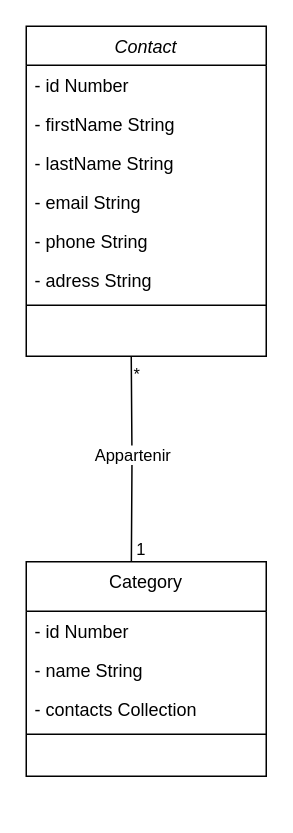
This is Diagrammes/Diagramme UML.drawio from xAm64/Contacts, a draw.io file, before an edit. Source tidied: cells renumbered, new cells numbered last; positions are measured from the earlier drawing's top-left corner, leaving out a move shared by most shapes. Both pictures are drawn from the tidied source at 150%, with x=0, y=0 at pixel (26, 26).
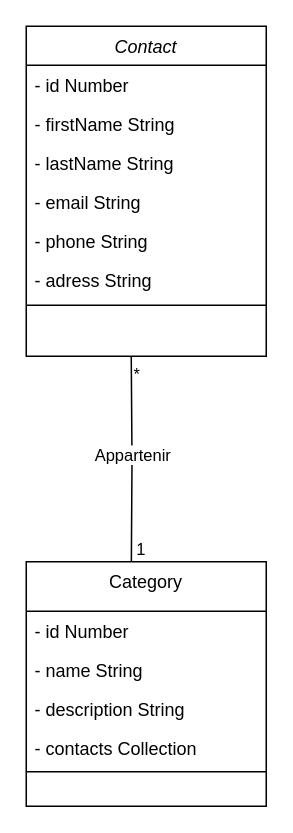
The same diagram, later.

What changed in the source:
```diff
@@
     <mxCell id="10" value="Category" style="swimlane;fontStyle=0;align=center;verticalAlign=top;horizontal=1;startSize=33;rounded=0;shadow=0;strokeWidth=1;" parent="1" vertex="1">
-      <mxGeometry y="357" width="160" height="143" as="geometry" />
+      <mxGeometry y="357" width="160" height="163" as="geometry" />
     </mxCell>
@@
+    <mxCell id="19" value="- name String" style="text;align=left;verticalAlign=top;spacingLeft=4;spacingRight=4;overflow=hidden;rounded=0;shadow=0;html=0;" parent="10" vertex="1">
+      <mxGeometry y="59" width="160" height="26" as="geometry" />
+    </mxCell>
-    <mxCell id="12" value="- name String" style="text;align=left;verticalAlign=top;spacingLeft=4;spacingRight=4;overflow=hidden;rounded=0;shadow=0;html=0;" parent="10" vertex="1">
-      <mxGeometry y="59" width="160" height="26" as="geometry" />
+    <mxCell id="12" value="- description String" style="text;align=left;verticalAlign=top;spacingLeft=4;spacingRight=4;overflow=hidden;rounded=0;shadow=0;html=0;" parent="10" vertex="1">
+      <mxGeometry y="85" width="160" height="26" as="geometry" />
     </mxCell>
     <mxCell id="13" value="- contacts Collection" style="text;align=left;verticalAlign=top;spacingLeft=4;spacingRight=4;overflow=hidden;rounded=0;shadow=0;html=0;" parent="10" vertex="1">
-      <mxGeometry y="85" width="160" height="26" as="geometry" />
+      <mxGeometry y="111" width="160" height="25" as="geometry" />
     </mxCell>
     <mxCell id="14" style="line;html=1;strokeWidth=1;align=left;verticalAlign=middle;spacingTop=-1;spacingLeft=3;spacingRight=3;labelPosition=right;" parent="10" vertex="1">
-      <mxGeometry y="111" width="160" height="8" as="geometry" />
+      <mxGeometry y="136" width="160" height="8" as="geometry" />
     </mxCell>
```
